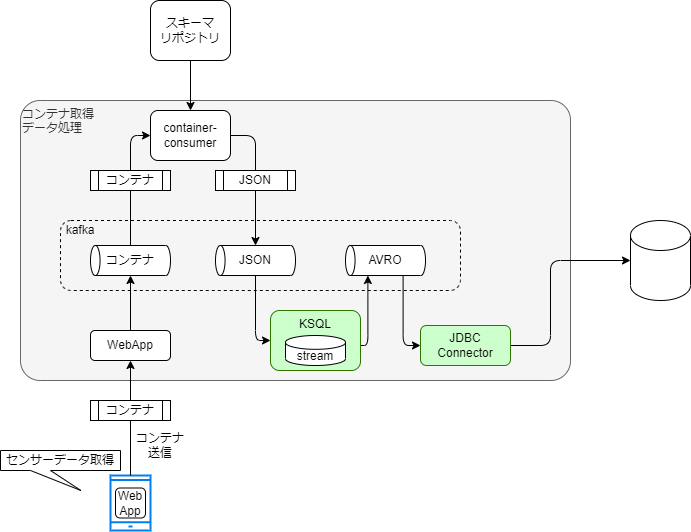
data-container-for-wearable-sensor/StartGuide keeps this draw.io diagram as docs/expansion_guide/detail.drawio.png. Above is the earlier version. Source tidied: cells renumbered, new cells last; positions are measured from the earlier drawing's top-left corner, leaving out a move shared by most shapes.
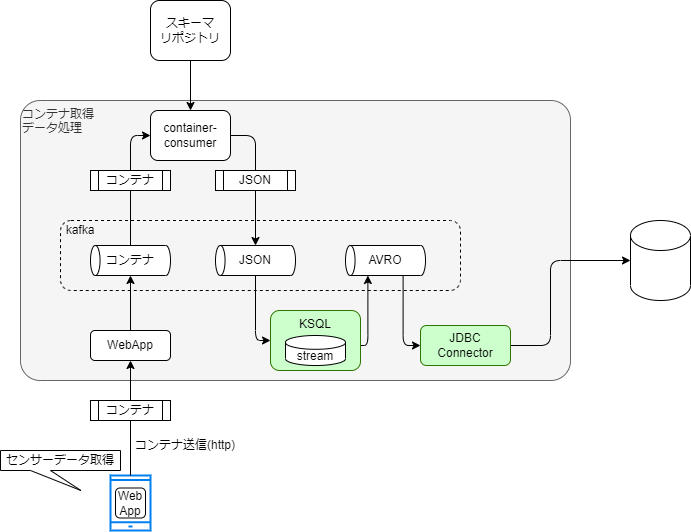
After the commit.

Change to the diagram source:
```diff
@@ -19,8 +19,8 @@
     <mxCell id="6" value="センサーデータ取得" style="shape=callout;whiteSpace=wrap;html=1;perimeter=calloutPerimeter;size=20;position=0.25;position2=0.67;" parent="1" vertex="1">
       <mxGeometry y="450" width="120" height="40" as="geometry" />
     </mxCell>
-    <mxCell id="7" value="コンテナ&lt;br&gt;送信" style="text;html=1;strokeColor=none;fillColor=none;align=center;verticalAlign=middle;whiteSpace=wrap;rounded=0;" parent="1" vertex="1">
-      <mxGeometry x="130" y="430" width="60" height="30" as="geometry" />
+    <mxCell id="7" value="コンテナ送信(http)" style="text;html=1;strokeColor=none;fillColor=none;align=center;verticalAlign=middle;whiteSpace=wrap;rounded=0;" parent="1" vertex="1">
+      <mxGeometry x="130" y="430" width="110" height="30" as="geometry" />
     </mxCell>
     <mxCell id="8" value="Web&lt;br&gt;App" style="rounded=1;whiteSpace=wrap;html=1;" parent="1" vertex="1">
       <mxGeometry x="115" y="487.5" width="30" height="30" as="geometry" />
```
